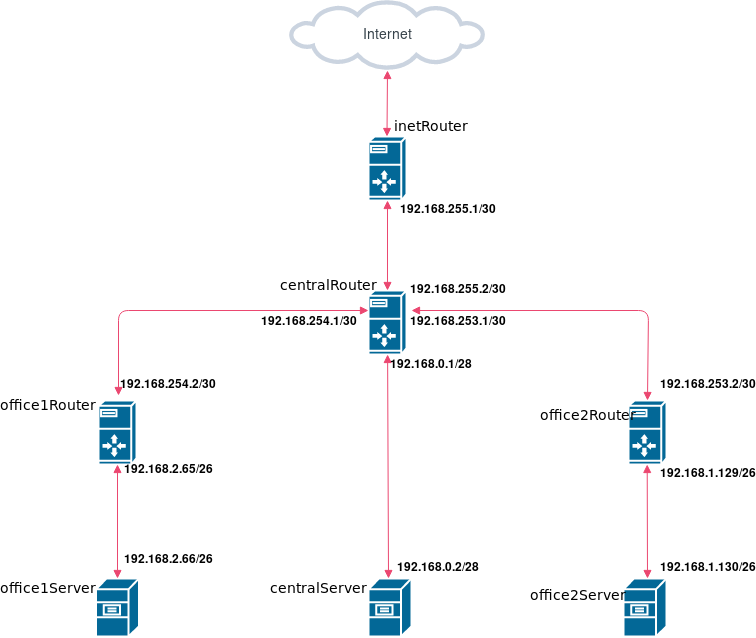
This is lesson19/Схема сети v3.png from parshyn-dima/screens, a draw.io export, as it was before one commit. Source tidied: cells renumbered, new cells last; positions are measured from the earlier drawing's top-left corner, leaving out a move shared by most shapes.
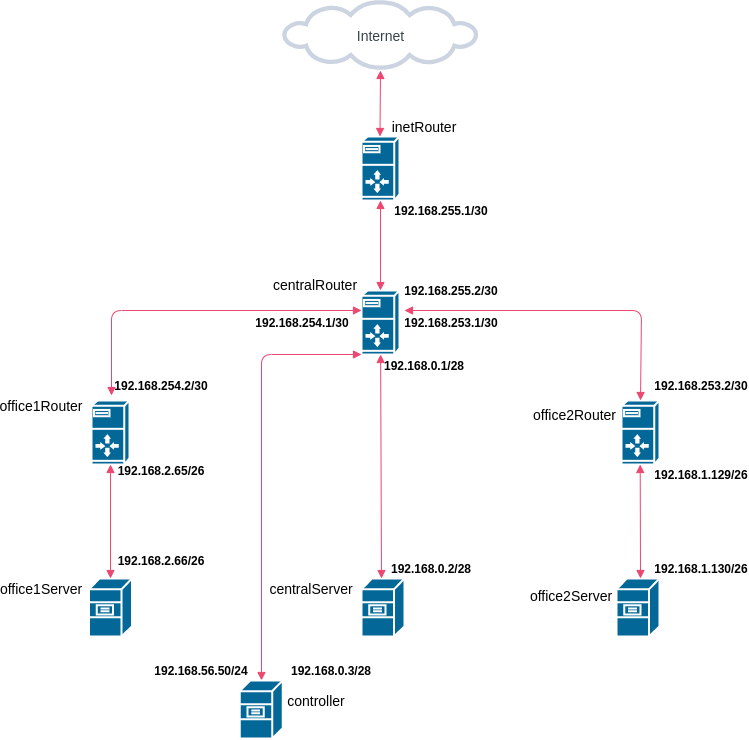
After the change.

What changed in the source:
```diff
@@ -122,5 +122,25 @@
     <mxCell id="35" value="&lt;b&gt;192.168.1.130/26&lt;/b&gt;" style="text;html=1;strokeColor=none;fillColor=none;align=center;verticalAlign=middle;whiteSpace=wrap;rounded=0;" parent="1" vertex="1">
       <mxGeometry x="660" y="558" width="40" height="20" as="geometry" />
     </mxCell>
+    <mxCell id="36" style="endArrow=block;html=1;startArrow=block;startFill=1;endFill=1;strokeColor=#EB4770;entryX=0;entryY=1;entryDx=0;entryDy=0;entryPerimeter=0;" parent="1" edge="1" target="2">
+      <mxGeometry relative="1" as="geometry">
+        <mxPoint x="240" y="680" as="sourcePoint" />
+        <Array as="points">
+          <mxPoint x="240" y="354" />
+        </Array>
+      </mxGeometry>
+    </mxCell>
+    <mxCell id="37" style="shape=mxgraph.cisco.servers.file_server;html=1;dashed=0;fillColor=#036897;strokeColor=#ffffff;strokeWidth=2;verticalLabelPosition=bottom;verticalAlign=top;align=center;" parent="1" vertex="1">
+      <mxGeometry x="218.1" y="680" width="43" height="58" as="geometry" />
+    </mxCell>
+    <mxCell id="38" value="&lt;span style=&quot;font-family: &amp;#34;roboto&amp;#34; , sans-serif&quot;&gt;&lt;font style=&quot;font-size: 14px&quot;&gt;controller&lt;/font&gt;&lt;/span&gt;" style="text;html=1;strokeColor=none;fillColor=none;align=center;verticalAlign=middle;whiteSpace=wrap;rounded=0;" parent="1" vertex="1">
+      <mxGeometry x="275" y="690" width="40" height="20" as="geometry" />
+    </mxCell>
+    <mxCell id="39" value="&lt;b&gt;192.168.0.3/28&lt;/b&gt;" style="text;html=1;strokeColor=none;fillColor=none;align=center;verticalAlign=middle;whiteSpace=wrap;rounded=0;" parent="1" vertex="1">
+      <mxGeometry x="290" y="660" width="40" height="20" as="geometry" />
+    </mxCell>
+    <mxCell id="40" value="&lt;b&gt;192.168.56.50/24&lt;/b&gt;" style="text;html=1;strokeColor=none;fillColor=none;align=center;verticalAlign=middle;whiteSpace=wrap;rounded=0;" parent="1" vertex="1">
+      <mxGeometry x="160" y="660" width="40" height="20" as="geometry" />
+    </mxCell>
   </root>
 </mxGraphModel>
```
